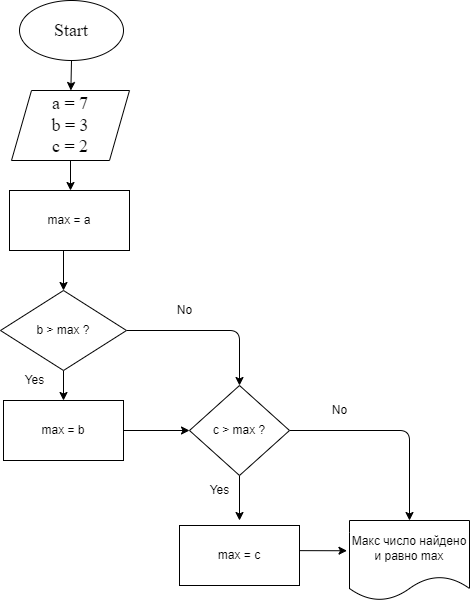
Earlier version of the draw.io export Ex002/ex002.drawio.png (Fearenok/Homework). Source tidied: cells renumbered, new cells last; positions are measured from the earlier drawing's top-left corner, leaving out a move shared by most shapes.
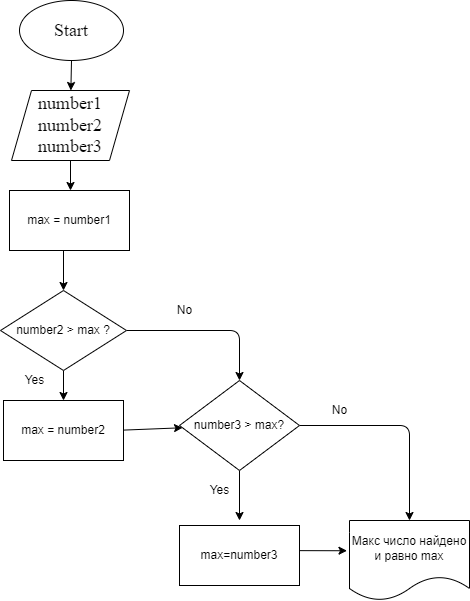
Later version of the same file.

The edit, as a diff of the source:
```diff
@@ -13,7 +13,7 @@
         <mxPoint x="70" y="190" as="targetPoint" />
       </mxGeometry>
     </mxCell>
-    <mxCell id="5" value="a = 7&lt;br&gt;b = 3&lt;br&gt;c = 2" style="shape=parallelogram;perimeter=parallelogramPerimeter;whiteSpace=wrap;html=1;fixedSize=1;fontSize=18;fontFamily=Times New Roman;" parent="1" vertex="1">
+    <mxCell id="5" value="number1&lt;br&gt;number2&lt;br&gt;number3" style="shape=parallelogram;perimeter=parallelogramPerimeter;whiteSpace=wrap;html=1;fixedSize=1;fontSize=18;fontFamily=Times New Roman;" parent="1" vertex="1">
       <mxGeometry x="11" y="90" width="118" height="70" as="geometry" />
     </mxCell>
     <mxCell id="6" style="edgeStyle=none;html=1;" parent="1" edge="1" target="9">
@@ -33,7 +33,7 @@
         </Array>
       </mxGeometry>
     </mxCell>
-    <mxCell id="9" value="b &amp;gt; max ?" style="rhombus;whiteSpace=wrap;html=1;" parent="1" vertex="1">
+    <mxCell id="9" value="number2 &amp;gt; max ?" style="rhombus;whiteSpace=wrap;html=1;" parent="1" vertex="1">
       <mxGeometry y="290" width="126" height="80" as="geometry" />
     </mxCell>
     <mxCell id="10" style="edgeStyle=none;html=1;exitX=1;exitY=0.5;exitDx=0;exitDy=0;" parent="1" edge="1" target="13">
@@ -49,12 +49,12 @@
     <mxCell id="12" style="edgeStyle=none;html=1;" parent="1" edge="1" source="13" target="17">
       <mxGeometry relative="1" as="geometry">
         <Array as="points">
-          <mxPoint x="409" y="430" />
+          <mxPoint x="409" y="425" />
         </Array>
       </mxGeometry>
     </mxCell>
-    <mxCell id="13" value="c &amp;gt; max ?" style="rhombus;whiteSpace=wrap;html=1;" parent="1" vertex="1">
-      <mxGeometry x="189" y="385" width="100" height="90" as="geometry" />
+    <mxCell id="13" value="number3 &amp;gt; max?" style="rhombus;whiteSpace=wrap;html=1;" parent="1" vertex="1">
+      <mxGeometry x="179" y="380" width="120" height="90" as="geometry" />
     </mxCell>
     <mxCell id="14" value="Yes" style="text;html=1;align=center;verticalAlign=middle;strokeColor=none;fillColor=none;" parent="1" vertex="1">
       <mxGeometry x="19" y="370" width="30" height="20" as="geometry" />
@@ -76,13 +76,13 @@
     <mxCell id="19" value="Yes" style="text;html=1;align=center;verticalAlign=middle;strokeColor=none;fillColor=none;" parent="1" vertex="1">
       <mxGeometry x="204" y="480" width="30" height="20" as="geometry" />
     </mxCell>
-    <mxCell id="20" value="max = a" style="whiteSpace=wrap;html=1;" parent="1" vertex="1">
+    <mxCell id="20" value="max = number1" style="whiteSpace=wrap;html=1;" parent="1" vertex="1">
       <mxGeometry x="9" y="190" width="120" height="60" as="geometry" />
     </mxCell>
-    <mxCell id="21" value="max = b" style="whiteSpace=wrap;html=1;" parent="1" vertex="1">
+    <mxCell id="21" value="max = number2" style="whiteSpace=wrap;html=1;" parent="1" vertex="1">
       <mxGeometry x="3" y="400" width="120" height="60" as="geometry" />
     </mxCell>
-    <mxCell id="22" value="max = c" style="whiteSpace=wrap;html=1;" parent="1" vertex="1">
+    <mxCell id="22" value="max=number3" style="whiteSpace=wrap;html=1;" parent="1" vertex="1">
       <mxGeometry x="179" y="525" width="120" height="60" as="geometry" />
     </mxCell>
   </root>
```
